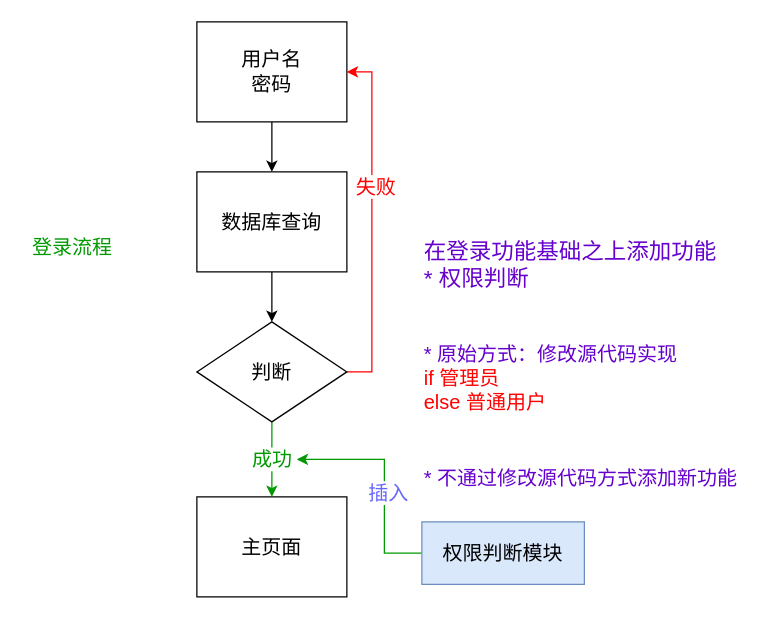
Above: map/AOPLoginShow.drawio in msqtt/Sources (draw.io), before the change. Source tidied: cells renumbered, new cells numbered last; positions are measured from the earlier drawing's top-left corner, leaving out a move shared by most shapes. Both pictures are drawn from the tidied source at 125%, with x=0, y=0 at pixel (21, 21).
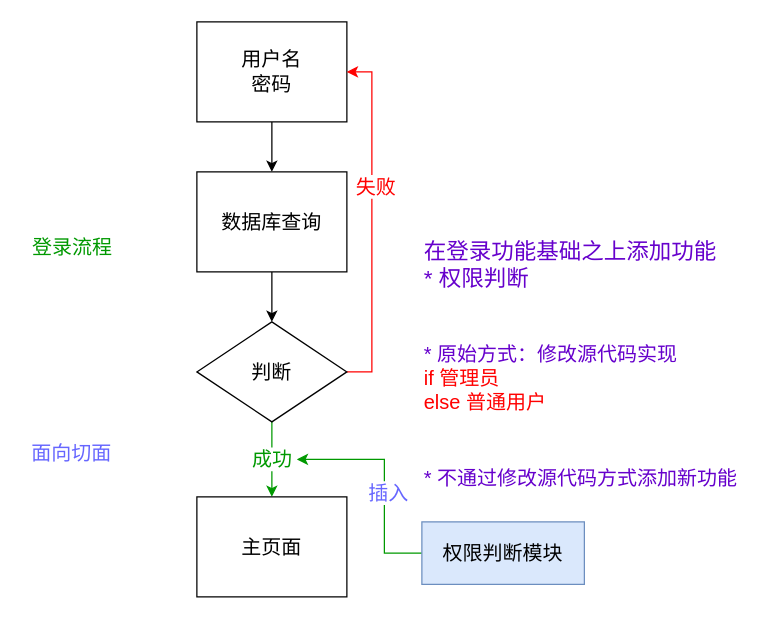
The same page after the edit.

Change to the diagram source:
```diff
@@
+    <mxCell id="18" value="面向切面" style="text;html=1;strokeColor=none;fillColor=none;align=center;verticalAlign=middle;whiteSpace=wrap;rounded=0;fontSize=16;fontColor=#6666FF;" parent="1" vertex="1">
+      <mxGeometry y="330" width="80" height="30" as="geometry" />
+    </mxCell>
```
